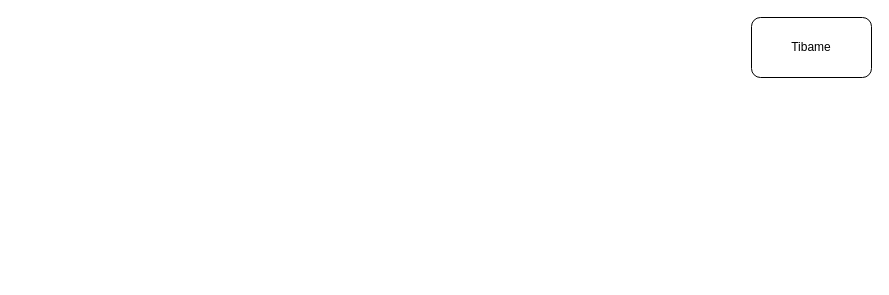
The draw.io diagram 架構圖.drawio in WadeLee52/ArchitectureDiagram, before the edit. Source tidied: cells renumbered, new cells numbered last; positions are measured from the earlier drawing's top-left corner, leaving out a move shared by most shapes. Both pictures are drawn from the tidied source at 100%, with x=0, y=0 at pixel (751, 17).
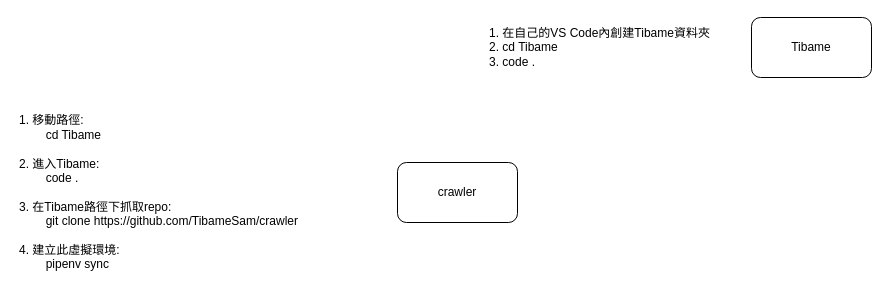
Above is the later version.

Commit message:
更新架構圖.drawio

Change to the diagram source:
```diff
@@
 <mxGraphModel>
   <root>
     <mxCell id="0" />
     <mxCell id="1" parent="0" />
     <mxCell id="2" value="Tibame" style="rounded=1;whiteSpace=wrap;html=1;" parent="1" vertex="1">
       <mxGeometry width="120" height="60" as="geometry" />
     </mxCell>
+    <mxCell id="3" value="1. 在自己的VS Code內創建Tibame資料夾&lt;div&gt;2. cd Tibame&lt;/div&gt;&lt;div&gt;3. code .&lt;/div&gt;" style="text;html=1;align=left;verticalAlign=middle;strokeColor=none;fillColor=none;" parent="1" vertex="1">
+      <mxGeometry x="-264" width="240" height="60" as="geometry" />
+    </mxCell>
+    <mxCell id="4" value="&lt;div&gt;1. 移動路徑: &lt;br&gt;&lt;span style=&quot;white-space: pre;&quot;&gt;&#9;&lt;/span&gt;cd Tibame&lt;br&gt;&lt;br&gt;&lt;/div&gt;&lt;div&gt;2. 進入Tibame: &lt;br&gt;&lt;span style=&quot;white-space: pre;&quot;&gt;&#9;&lt;/span&gt;code .&lt;br&gt;&lt;br&gt;&lt;/div&gt;&lt;div&gt;3. 在Tibame路徑下抓取repo:&amp;nbsp;&lt;br&gt;&lt;span style=&quot;background-color: transparent; color: light-dark(rgb(0, 0, 0), rgb(255, 255, 255));&quot;&gt;&lt;span style=&quot;white-space: pre;&quot;&gt;&#9;&lt;/span&gt;git clone https://github.com/TibameSam/crawler&lt;br&gt;&lt;br&gt;&lt;/span&gt;&lt;/div&gt;&lt;div&gt;4. 建立此虛擬環境: &lt;br&gt;&lt;span style=&quot;white-space: pre;&quot;&gt;&#9;&lt;/span&gt;pipenv sync&amp;nbsp;&lt;/div&gt;" style="text;html=1;align=left;verticalAlign=middle;strokeColor=none;fillColor=none;" parent="1" vertex="1">
+      <mxGeometry x="-734" y="90" width="300" height="170" as="geometry" />
+    </mxCell>
+    <mxCell id="5" value="crawler" style="rounded=1;whiteSpace=wrap;html=1;" parent="1" vertex="1">
+      <mxGeometry x="-354" y="145" width="120" height="60" as="geometry" />
+    </mxCell>
   </root>
 </mxGraphModel>
```
